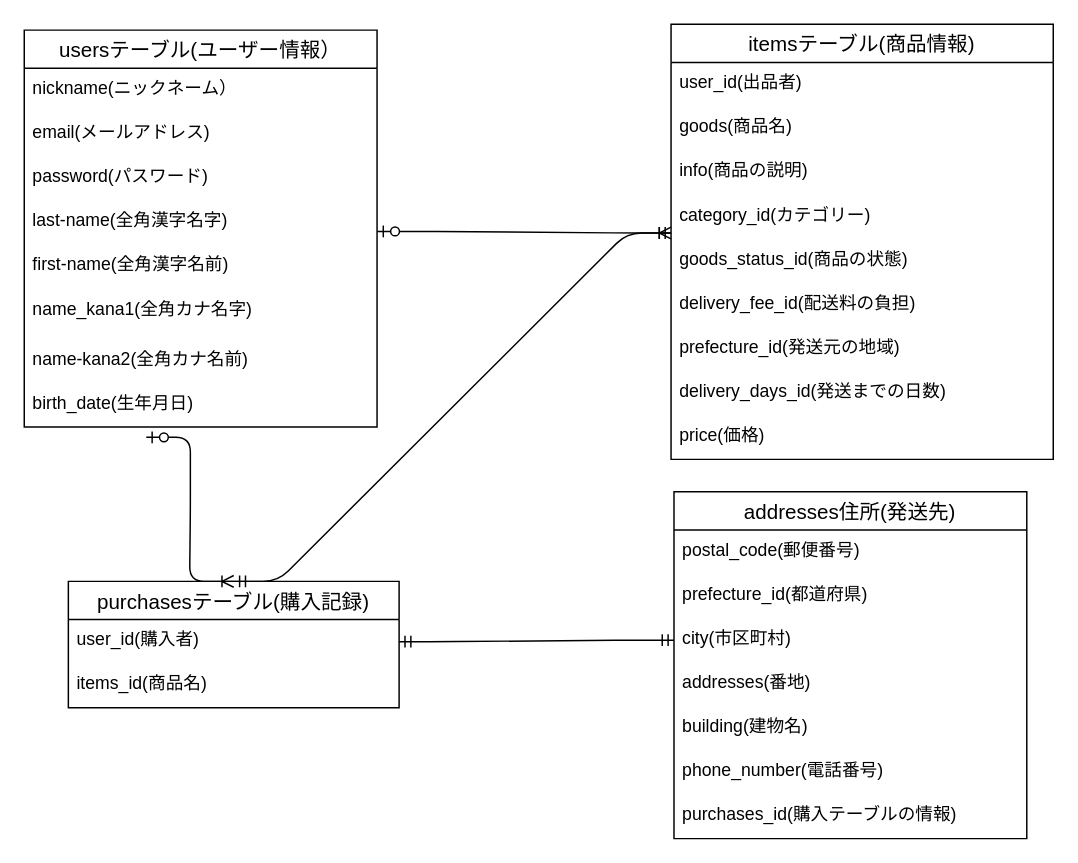
Before: furima_er.dio in nishikawa-naonori/furima-33453, a draw.io diagram. Source tidied: cells renumbered, new cells numbered last; positions are measured from the earlier drawing's top-left corner, leaving out a move shared by most shapes. Both pictures are drawn from the tidied source at 147%, with x=0, y=0 at pixel (24, 24).
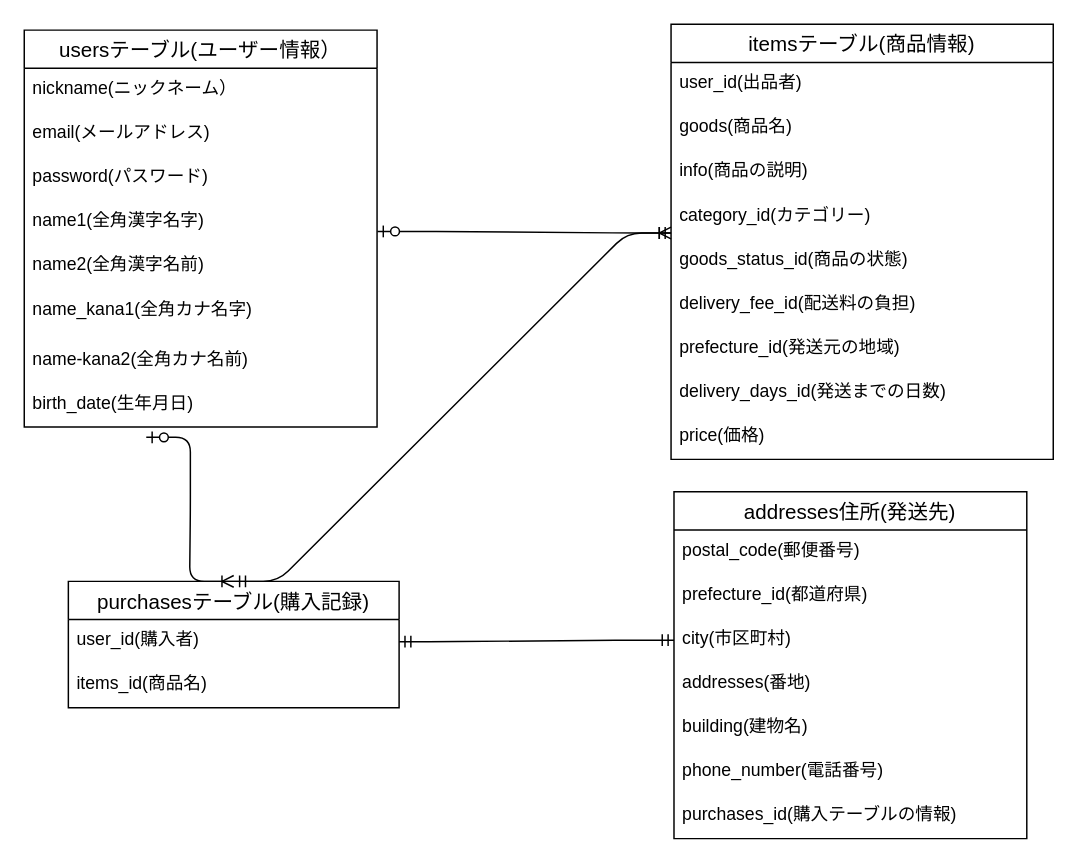
Above is the later version.

The change refers to these unchanged cells:
```xml
<mxCell id="2" value="usersテーブル(ユーザー情報）" style="swimlane;fontStyle=0;horizontal=1;startSize=26;align=center;fontSize=14;" parent="1" vertex="1">
  <mxGeometry y="4" width="240" height="270" as="geometry" />
</mxCell>
```

What changed in the source:
```diff
@@
-    <mxCell id="6" value="last-name(全角漢字名字)" style="text;strokeColor=none;fillColor=none;spacingLeft=4;spacingRight=4;overflow=hidden;points=[[0,0.5],[1,0.5]];portConstraint=eastwest;fontSize=12;" parent="2" vertex="1">
+    <mxCell id="6" value="name1(全角漢字名字)" style="text;strokeColor=none;fillColor=none;spacingLeft=4;spacingRight=4;overflow=hidden;points=[[0,0.5],[1,0.5]];portConstraint=eastwest;fontSize=12;" parent="2" vertex="1">
       <mxGeometry y="116" width="240" height="30" as="geometry" />
     </mxCell>
-    <mxCell id="7" value="first-name(全角漢字名前)" style="text;strokeColor=none;fillColor=none;spacingLeft=4;spacingRight=4;overflow=hidden;fontSize=12;" parent="2" vertex="1">
+    <mxCell id="7" value="name2(全角漢字名前)" style="text;strokeColor=none;fillColor=none;spacingLeft=4;spacingRight=4;overflow=hidden;fontSize=12;" parent="2" vertex="1">
       <mxGeometry y="146" width="240" height="30" as="geometry" />
     </mxCell>
```
